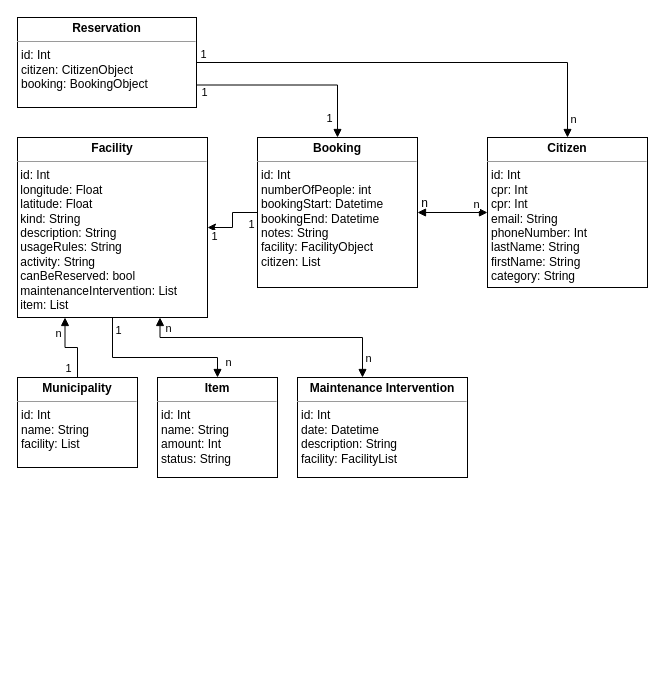
MartinStokholm/DABExercises keeps this draw.io diagram as Handin3/schema.drawio. Above is the earlier version. Source tidied: cells renumbered, new cells numbered last; positions are measured from the earlier drawing's top-left corner, leaving out a move shared by most shapes. Both pictures are drawn from the tidied source at 100%, with x=0, y=0 at pixel (17, 17).
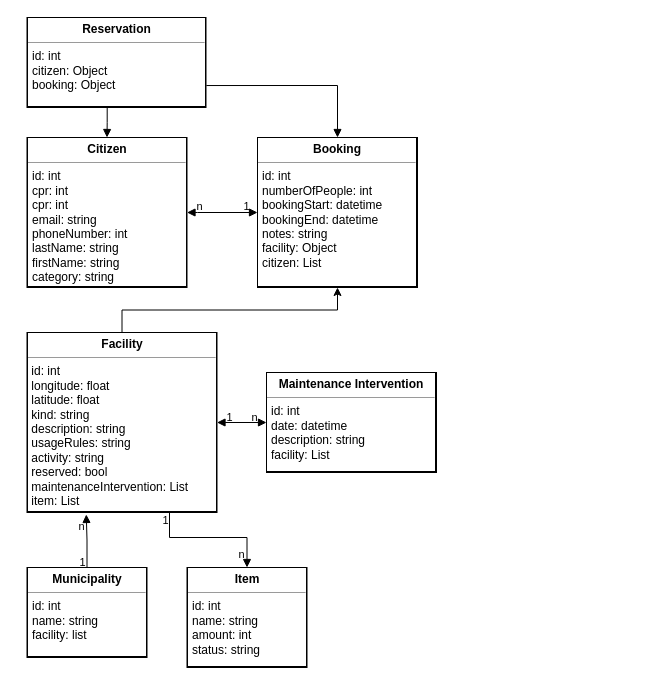
After the change.

Change to the diagram source:
```diff
@@
-<mxGraphModel>
+<mxGraphModel background="#ffffff">
@@
-    <mxCell id="2" value="&lt;p style=&quot;margin: 0px ; margin-top: 4px ; text-align: center&quot;&gt;&lt;b&gt;Citizen&lt;/b&gt;&lt;/p&gt;&lt;hr size=&quot;1&quot;&gt;&lt;p style=&quot;margin: 0px ; margin-left: 4px&quot;&gt;id: Int&lt;/p&gt;&lt;p style=&quot;margin: 0px ; margin-left: 4px&quot;&gt;cpr: Int&lt;/p&gt;&lt;p style=&quot;margin: 0px ; margin-left: 4px&quot;&gt;cpr: Int&lt;/p&gt;&lt;p style=&quot;margin: 0px ; margin-left: 4px&quot;&gt;email: String&lt;/p&gt;&lt;p style=&quot;margin: 0px ; margin-left: 4px&quot;&gt;phoneNumber: Int&lt;/p&gt;&lt;p style=&quot;margin: 0px ; margin-left: 4px&quot;&gt;lastName: String&lt;/p&gt;&lt;p style=&quot;margin: 0px ; margin-left: 4px&quot;&gt;firstName: String&lt;/p&gt;&lt;p style=&quot;margin: 0px ; margin-left: 4px&quot;&gt;category: String&lt;/p&gt;&lt;p style=&quot;margin: 0px ; margin-left: 4px&quot;&gt;&lt;br&gt;&lt;/p&gt;" style="verticalAlign=top;align=left;overflow=fill;fontSize=12;fontFamily=Helvetica;html=1;" parent="1" vertex="1">
-      <mxGeometry x="470" y="120" width="160" height="150" as="geometry" />
+    <mxCell id="2" value="&lt;p style=&quot;margin: 0px ; margin-top: 4px ; text-align: center&quot;&gt;&lt;b&gt;Citizen&lt;/b&gt;&lt;/p&gt;&lt;hr size=&quot;1&quot;&gt;&lt;p style=&quot;margin: 0px ; margin-left: 4px&quot;&gt;id: int&lt;/p&gt;&lt;p style=&quot;margin: 0px ; margin-left: 4px&quot;&gt;cpr: int&lt;/p&gt;&lt;p style=&quot;margin: 0px ; margin-left: 4px&quot;&gt;cpr: int&lt;/p&gt;&lt;p style=&quot;margin: 0px ; margin-left: 4px&quot;&gt;email: string&lt;/p&gt;&lt;p style=&quot;margin: 0px ; margin-left: 4px&quot;&gt;phoneNumber: int&lt;/p&gt;&lt;p style=&quot;margin: 0px ; margin-left: 4px&quot;&gt;lastName: string&lt;/p&gt;&lt;p style=&quot;margin: 0px ; margin-left: 4px&quot;&gt;firstName: string&lt;/p&gt;&lt;p style=&quot;margin: 0px ; margin-left: 4px&quot;&gt;category: string&lt;/p&gt;&lt;p style=&quot;margin: 0px ; margin-left: 4px&quot;&gt;&lt;br&gt;&lt;/p&gt;" style="verticalAlign=top;align=left;overflow=fill;fontSize=12;fontFamily=Helvetica;html=1;labelBorderColor=#000000;" parent="1" vertex="1">
+      <mxGeometry x="9.5" y="120" width="160" height="150" as="geometry" />
     </mxCell>
-    <mxCell id="3" style="edgeStyle=orthogonalEdgeStyle;rounded=0;html=1;exitX=1;exitY=0.5;exitDx=0;exitDy=0;entryX=0;entryY=0.5;entryDx=0;entryDy=0;startArrow=block;startFill=1;endArrow=block;endFill=1;" parent="1" edge="1" source="5" target="2">
-      <mxGeometry relative="1" as="geometry" />
+    <mxCell id="3" style="edgeStyle=orthogonalEdgeStyle;rounded=0;html=1;exitX=0;exitY=0.5;exitDx=0;exitDy=0;startArrow=block;startFill=1;endArrow=block;endFill=1;entryX=1;entryY=0.5;entryDx=0;entryDy=0;strokeColor=#000000;labelBorderColor=default;" parent="1" edge="1" source="5" target="2">
+      <mxGeometry relative="1" as="geometry">
+        <Array as="points">
+          <mxPoint x="180" y="195" />
+          <mxPoint x="180" y="195" />
+        </Array>
+      </mxGeometry>
     </mxCell>
-    <mxCell id="4" value="n" style="edgeLabel;html=1;align=center;verticalAlign=middle;" parent="3" vertex="1">
+    <mxCell id="4" value="n" style="edgeLabel;html=1;align=center;verticalAlign=middle;labelBackgroundColor=none;fontColor=#000000;labelBorderColor=none;" parent="3" vertex="1">
       <mxGeometry x="0.59" y="2" relative="1" as="geometry">
-        <mxPoint x="2" y="-7" as="offset" />
+        <mxPoint x="-3" y="-9" as="offset" />
       </mxGeometry>
     </mxCell>
+    <mxCell id="30" value="1" style="edgeLabel;html=1;align=center;verticalAlign=middle;labelBackgroundColor=none;fontColor=#000000;labelBorderColor=none;" parent="3" vertex="1">
+      <mxGeometry x="-0.62" y="-2" relative="1" as="geometry">
+        <mxPoint x="1" y="-5" as="offset" />
+      </mxGeometry>
+    </mxCell>
-    <mxCell id="5" value="&lt;p style=&quot;margin: 0px ; margin-top: 4px ; text-align: center&quot;&gt;&lt;b&gt;Booking&lt;/b&gt;&lt;/p&gt;&lt;hr size=&quot;1&quot;&gt;&lt;p style=&quot;margin: 0px ; margin-left: 4px&quot;&gt;id: Int&lt;/p&gt;&lt;p style=&quot;margin: 0px ; margin-left: 4px&quot;&gt;numberOfPeople: int&lt;/p&gt;&lt;p style=&quot;margin: 0px ; margin-left: 4px&quot;&gt;bookingStart: Datetime&lt;/p&gt;&lt;p style=&quot;margin: 0px ; margin-left: 4px&quot;&gt;bookingEnd: Datetime&lt;/p&gt;&lt;p style=&quot;margin: 0px ; margin-left: 4px&quot;&gt;notes: String&lt;/p&gt;&lt;p style=&quot;margin: 0px ; margin-left: 4px&quot;&gt;facility: FacilityObject&lt;/p&gt;&lt;p style=&quot;margin: 0px ; margin-left: 4px&quot;&gt;citizen: List&lt;/p&gt;&lt;p style=&quot;margin: 0px ; margin-left: 4px&quot;&gt;&lt;br&gt;&lt;/p&gt;&lt;p style=&quot;margin: 0px ; margin-left: 4px&quot;&gt;&lt;br&gt;&lt;/p&gt;" style="verticalAlign=top;align=left;overflow=fill;fontSize=12;fontFamily=Helvetica;html=1;" parent="1" vertex="1">
+    <mxCell id="5" value="&lt;p style=&quot;margin: 0px ; margin-top: 4px ; text-align: center&quot;&gt;&lt;b&gt;Booking&lt;/b&gt;&lt;/p&gt;&lt;hr size=&quot;1&quot;&gt;&lt;p style=&quot;margin: 0px ; margin-left: 4px&quot;&gt;id: int&lt;/p&gt;&lt;p style=&quot;margin: 0px ; margin-left: 4px&quot;&gt;numberOfPeople: int&lt;/p&gt;&lt;p style=&quot;margin: 0px ; margin-left: 4px&quot;&gt;bookingStart: datetime&lt;/p&gt;&lt;p style=&quot;margin: 0px ; margin-left: 4px&quot;&gt;bookingEnd: datetime&lt;/p&gt;&lt;p style=&quot;margin: 0px ; margin-left: 4px&quot;&gt;notes: string&lt;/p&gt;&lt;p style=&quot;margin: 0px ; margin-left: 4px&quot;&gt;facility: Object&lt;/p&gt;&lt;p style=&quot;margin: 0px ; margin-left: 4px&quot;&gt;citizen: List&lt;/p&gt;&lt;p style=&quot;margin: 0px ; margin-left: 4px&quot;&gt;&lt;br&gt;&lt;/p&gt;&lt;p style=&quot;margin: 0px ; margin-left: 4px&quot;&gt;&lt;br&gt;&lt;/p&gt;" style="verticalAlign=top;align=left;overflow=fill;fontSize=12;fontFamily=Helvetica;html=1;labelBorderColor=#000000;" parent="1" vertex="1">
       <mxGeometry x="240" y="120" width="160" height="150" as="geometry" />
     </mxCell>
-    <mxCell id="6" style="edgeStyle=orthogonalEdgeStyle;rounded=0;html=1;startArrow=classic;startFill=1;endArrow=none;endFill=0;exitX=1;exitY=0.5;exitDx=0;exitDy=0;" parent="1" edge="1" source="12" target="5">
+    <mxCell id="6" style="edgeStyle=orthogonalEdgeStyle;rounded=0;html=1;startArrow=none;startFill=0;endArrow=classic;endFill=1;exitX=0.5;exitY=0;exitDx=0;exitDy=0;strokeColor=#000000;labelBorderColor=default;" parent="1" edge="1" source="12" target="5">
       <mxGeometry relative="1" as="geometry" />
     </mxCell>
-    <mxCell id="7" value="1" style="edgeLabel;html=1;align=center;verticalAlign=middle;" parent="6" vertex="1">
-      <mxGeometry x="0.85" relative="1" as="geometry">
-        <mxPoint x="-2" y="11" as="offset" />
-      </mxGeometry>
-    </mxCell>
-    <mxCell id="8" value="1" style="edgeLabel;html=1;align=center;verticalAlign=middle;" parent="6" vertex="1">
-      <mxGeometry x="-0.59" relative="1" as="geometry">
-        <mxPoint x="-7" y="8" as="offset" />
-      </mxGeometry>
-    </mxCell>
-    <mxCell id="9" style="edgeStyle=orthogonalEdgeStyle;rounded=0;html=1;exitX=0.5;exitY=1;exitDx=0;exitDy=0;startArrow=none;startFill=0;endArrow=block;endFill=1;entryX=0.5;entryY=0;entryDx=0;entryDy=0;" parent="1" edge="1" source="12" target="27">
+    <mxCell id="9" style="edgeStyle=orthogonalEdgeStyle;rounded=0;html=1;exitX=0.75;exitY=1;exitDx=0;exitDy=0;startArrow=none;startFill=0;endArrow=block;endFill=1;entryX=0.5;entryY=0;entryDx=0;entryDy=0;strokeColor=#000000;labelBorderColor=default;" parent="1" edge="1" source="12" target="27">
       <mxGeometry relative="1" as="geometry">
         <Array as="points">
-          <mxPoint x="95" y="340" />
-          <mxPoint x="200" y="340" />
+          <mxPoint x="152" y="520" />
+          <mxPoint x="230" y="520" />
         </Array>
       </mxGeometry>
     </mxCell>
-    <mxCell id="10" value="n" style="edgeLabel;html=1;align=center;verticalAlign=middle;" parent="9" vertex="1">
-      <mxGeometry x="0.8" y="-1" relative="1" as="geometry">
-        <mxPoint x="11" as="offset" />
-      </mxGeometry>
-    </mxCell>
-    <mxCell id="11" value="1" style="edgeLabel;html=1;align=center;verticalAlign=middle;" parent="9" vertex="1">
-      <mxGeometry x="-0.85" y="1" relative="1" as="geometry">
-        <mxPoint x="4" as="offset" />
-      </mxGeometry>
-    </mxCell>
+    <mxCell id="31" value="n" style="edgeLabel;html=1;align=center;verticalAlign=middle;labelBackgroundColor=none;fontColor=#000000;labelBorderColor=none;" parent="9" vertex="1">
+      <mxGeometry x="0.7" y="-1" relative="1" as="geometry">
+        <mxPoint x="-5" y="6" as="offset" />
+      </mxGeometry>
+    </mxCell>
+    <mxCell id="32" value="1" style="edgeLabel;html=1;align=center;verticalAlign=middle;fontColor=#000000;labelBackgroundColor=none;labelBorderColor=none;" parent="9" vertex="1">
+      <mxGeometry x="-0.88" y="-1" relative="1" as="geometry">
+        <mxPoint x="-4" y="-1" as="offset" />
+      </mxGeometry>
+    </mxCell>
-    <mxCell id="12" value="&lt;p style=&quot;margin: 0px ; margin-top: 4px ; text-align: center&quot;&gt;&lt;b&gt;Facility&lt;/b&gt;&lt;/p&gt;&lt;hr size=&quot;1&quot;&gt;&lt;p style=&quot;margin: 0px ; margin-left: 4px&quot;&gt;&lt;/p&gt;&amp;nbsp;id: Int&lt;br&gt;&amp;nbsp;longitude: Float&lt;br&gt;&amp;nbsp;latitude: Float&lt;br&gt;&amp;nbsp;kind: String&lt;br&gt;&amp;nbsp;description: String&lt;br&gt;&amp;nbsp;usageRules: String&lt;br&gt;&amp;nbsp;activity: String&lt;br&gt;&amp;nbsp;canBeReserved: bool&lt;br&gt;&amp;nbsp;maintenanceIntervention: List&lt;br&gt;&amp;nbsp;item: List" style="verticalAlign=top;align=left;overflow=fill;fontSize=12;fontFamily=Helvetica;html=1;" parent="1" vertex="1">
-      <mxGeometry y="120" width="190" height="180" as="geometry" />
+    <mxCell id="12" value="&lt;p style=&quot;margin: 0px ; margin-top: 4px ; text-align: center&quot;&gt;&lt;b&gt;Facility&lt;/b&gt;&lt;/p&gt;&lt;hr size=&quot;1&quot;&gt;&lt;p style=&quot;margin: 0px ; margin-left: 4px&quot;&gt;&lt;/p&gt;&amp;nbsp;id: int&lt;br&gt;&amp;nbsp;longitude: float&lt;br&gt;&amp;nbsp;latitude: float&lt;br&gt;&amp;nbsp;kind: string&lt;br&gt;&amp;nbsp;description: string&lt;br&gt;&amp;nbsp;usageRules: string&lt;br&gt;&amp;nbsp;activity: string&lt;br&gt;&amp;nbsp;reserved: bool&lt;br&gt;&amp;nbsp;maintenanceIntervention: List&lt;br&gt;&amp;nbsp;item: List" style="verticalAlign=top;align=left;overflow=fill;fontSize=12;fontFamily=Helvetica;html=1;labelBorderColor=#000000;" parent="1" vertex="1">
+      <mxGeometry x="9.5" y="315" width="190" height="180" as="geometry" />
     </mxCell>
-    <mxCell id="13" style="edgeStyle=orthogonalEdgeStyle;rounded=0;html=1;exitX=0.5;exitY=0;exitDx=0;exitDy=0;entryX=0.25;entryY=1;entryDx=0;entryDy=0;startArrow=none;startFill=0;endArrow=block;endFill=1;" parent="1" edge="1" source="16" target="12">
+    <mxCell id="13" style="edgeStyle=orthogonalEdgeStyle;rounded=0;html=1;exitX=0.5;exitY=0;exitDx=0;exitDy=0;entryX=0.312;entryY=1.011;entryDx=0;entryDy=0;startArrow=none;startFill=0;endArrow=block;endFill=1;entryPerimeter=0;strokeColor=#000000;labelBorderColor=default;" parent="1" edge="1" source="16" target="12">
       <mxGeometry relative="1" as="geometry" />
     </mxCell>
-    <mxCell id="14" value="1" style="edgeLabel;html=1;align=center;verticalAlign=middle;" parent="13" vertex="1">
-      <mxGeometry x="-0.54" relative="1" as="geometry">
-        <mxPoint x="-10" y="7" as="offset" />
-      </mxGeometry>
-    </mxCell>
-    <mxCell id="15" value="n" style="edgeLabel;html=1;align=center;verticalAlign=middle;" parent="13" vertex="1">
-      <mxGeometry x="0.58" y="1" relative="1" as="geometry">
-        <mxPoint x="-6" as="offset" />
-      </mxGeometry>
-    </mxCell>
+    <mxCell id="33" value="n" style="edgeLabel;html=1;align=center;verticalAlign=middle;labelBackgroundColor=none;fontColor=#000000;labelBorderColor=none;" parent="13" vertex="1">
+      <mxGeometry x="0.37" y="1" relative="1" as="geometry">
+        <mxPoint x="-4" y="-5" as="offset" />
+      </mxGeometry>
+    </mxCell>
+    <mxCell id="34" value="1" style="edgeLabel;html=1;align=center;verticalAlign=middle;labelBackgroundColor=none;fontColor=#000000;labelBorderColor=none;" parent="13" vertex="1">
+      <mxGeometry x="-0.63" y="2" relative="1" as="geometry">
+        <mxPoint x="-3" y="4" as="offset" />
+      </mxGeometry>
+    </mxCell>
-    <mxCell id="16" value="&lt;p style=&quot;margin: 0px ; margin-top: 4px ; text-align: center&quot;&gt;&lt;b&gt;Municipality&lt;/b&gt;&lt;/p&gt;&lt;hr size=&quot;1&quot;&gt;&lt;p style=&quot;margin: 0px ; margin-left: 4px&quot;&gt;id: Int&lt;/p&gt;&lt;p style=&quot;margin: 0px ; margin-left: 4px&quot;&gt;name: String&lt;/p&gt;&lt;p style=&quot;margin: 0px ; margin-left: 4px&quot;&gt;facility: List&lt;/p&gt;" style="verticalAlign=top;align=left;overflow=fill;fontSize=12;fontFamily=Helvetica;html=1;" parent="1" vertex="1">
-      <mxGeometry y="360" width="120" height="90" as="geometry" />
+    <mxCell id="16" value="&lt;p style=&quot;margin: 0px ; margin-top: 4px ; text-align: center&quot;&gt;&lt;b&gt;Municipality&lt;/b&gt;&lt;/p&gt;&lt;hr size=&quot;1&quot;&gt;&lt;p style=&quot;margin: 0px ; margin-left: 4px&quot;&gt;id: int&lt;/p&gt;&lt;p style=&quot;margin: 0px ; margin-left: 4px&quot;&gt;name: string&lt;/p&gt;&lt;p style=&quot;margin: 0px ; margin-left: 4px&quot;&gt;facility: list&lt;/p&gt;" style="verticalAlign=top;align=left;overflow=fill;fontSize=12;fontFamily=Helvetica;html=1;labelBorderColor=#000000;" parent="1" vertex="1">
+      <mxGeometry x="9.5" y="550" width="120" height="90" as="geometry" />
     </mxCell>
-    <mxCell id="17" style="edgeStyle=orthogonalEdgeStyle;rounded=0;html=1;endArrow=block;endFill=1;" parent="1" edge="1" source="22" target="2">
+    <mxCell id="17" style="edgeStyle=orthogonalEdgeStyle;rounded=0;html=1;endArrow=block;endFill=1;exitX=0.448;exitY=1.002;exitDx=0;exitDy=0;exitPerimeter=0;strokeColor=#000000;labelBorderColor=default;" parent="1" edge="1" source="22" target="2">
       <mxGeometry relative="1" as="geometry" />
     </mxCell>
-    <mxCell id="18" value="n" style="edgeLabel;html=1;align=center;verticalAlign=middle;" parent="17" vertex="1">
-      <mxGeometry x="0.9" y="1" relative="1" as="geometry">
-        <mxPoint x="4" y="3" as="offset" />
-      </mxGeometry>
-    </mxCell>
-    <mxCell id="19" style="edgeStyle=orthogonalEdgeStyle;rounded=0;html=1;exitX=1;exitY=0.75;exitDx=0;exitDy=0;entryX=0.5;entryY=0;entryDx=0;entryDy=0;startArrow=none;startFill=0;endArrow=block;endFill=1;" parent="1" edge="1" source="22" target="5">
+    <mxCell id="19" style="edgeStyle=orthogonalEdgeStyle;rounded=0;html=1;exitX=1.002;exitY=0.756;exitDx=0;exitDy=0;entryX=0.5;entryY=0;entryDx=0;entryDy=0;startArrow=none;startFill=0;endArrow=block;endFill=1;strokeColor=#000000;exitPerimeter=0;labelBorderColor=default;" parent="1" edge="1" source="22" target="5">
       <mxGeometry relative="1" as="geometry" />
     </mxCell>
-    <mxCell id="20" value="1" style="edgeLabel;html=1;align=center;verticalAlign=middle;" parent="19" vertex="1">
-      <mxGeometry x="-0.91" y="-1" relative="1" as="geometry">
-        <mxPoint x="-2" y="6" as="offset" />
-      </mxGeometry>
-    </mxCell>
-    <mxCell id="21" value="1" style="edgeLabel;html=1;align=center;verticalAlign=middle;" parent="19" vertex="1">
-      <mxGeometry x="0.76" y="1" relative="1" as="geometry">
-        <mxPoint x="-10" y="4" as="offset" />
-      </mxGeometry>
-    </mxCell>
-    <mxCell id="22" value="&lt;p style=&quot;margin: 0px ; margin-top: 4px ; text-align: center&quot;&gt;&lt;b&gt;Reservation&lt;/b&gt;&lt;/p&gt;&lt;hr size=&quot;1&quot;&gt;&lt;p style=&quot;margin: 0px ; margin-left: 4px&quot;&gt;id: Int&amp;nbsp;&lt;/p&gt;&lt;p style=&quot;margin: 0px ; margin-left: 4px&quot;&gt;citizen: CitizenObject&lt;/p&gt;&lt;p style=&quot;margin: 0px ; margin-left: 4px&quot;&gt;booking: BookingObject&lt;/p&gt;" style="verticalAlign=top;align=left;overflow=fill;fontSize=12;fontFamily=Helvetica;html=1;" parent="1" vertex="1">
-      <mxGeometry width="179" height="90" as="geometry" />
+    <mxCell id="22" value="&lt;p style=&quot;margin: 0px ; margin-top: 4px ; text-align: center&quot;&gt;&lt;b&gt;Reservation&lt;/b&gt;&lt;/p&gt;&lt;hr size=&quot;1&quot;&gt;&lt;p style=&quot;margin: 0px ; margin-left: 4px&quot;&gt;id: int&amp;nbsp;&lt;/p&gt;&lt;p style=&quot;margin: 0px ; margin-left: 4px&quot;&gt;citizen: Object&lt;/p&gt;&lt;p style=&quot;margin: 0px ; margin-left: 4px&quot;&gt;booking: Object&lt;/p&gt;" style="verticalAlign=top;align=left;overflow=fill;fontSize=12;fontFamily=Helvetica;html=1;labelBorderColor=#000000;" parent="1" vertex="1">
+      <mxGeometry x="9.5" width="179" height="90" as="geometry" />
     </mxCell>
-    <mxCell id="23" style="edgeStyle=orthogonalEdgeStyle;rounded=0;html=1;startArrow=block;startFill=1;endArrow=block;endFill=1;entryX=0.75;entryY=1;entryDx=0;entryDy=0;" parent="1" edge="1" source="26" target="12">
-      <mxGeometry relative="1" as="geometry">
-        <Array as="points">
-          <mxPoint x="345" y="320" />
-          <mxPoint x="142" y="320" />
-        </Array>
-      </mxGeometry>
+    <mxCell id="23" style="edgeStyle=orthogonalEdgeStyle;rounded=0;html=1;startArrow=block;startFill=1;endArrow=block;endFill=1;entryX=1;entryY=0.5;entryDx=0;entryDy=0;exitX=0;exitY=0.5;exitDx=0;exitDy=0;strokeColor=#000000;labelBackgroundColor=none;fontColor=#FFFFFF;labelBorderColor=default;" parent="1" edge="1" source="26" target="12">
+      <mxGeometry relative="1" as="geometry" />
     </mxCell>
-    <mxCell id="24" value="n" style="edgeLabel;html=1;align=center;verticalAlign=middle;" parent="23" vertex="1">
-      <mxGeometry x="0.24" y="-1" relative="1" as="geometry">
-        <mxPoint x="-72" y="-9" as="offset" />
-      </mxGeometry>
-    </mxCell>
-    <mxCell id="25" value="n" style="edgeLabel;html=1;align=center;verticalAlign=middle;" parent="23" vertex="1">
-      <mxGeometry x="-0.63" y="2" relative="1" as="geometry">
-        <mxPoint x="14" y="18" as="offset" />
-      </mxGeometry>
-    </mxCell>
+    <mxCell id="35" value="n" style="edgeLabel;html=1;align=center;verticalAlign=middle;labelBackgroundColor=none;fontColor=#000000;labelBorderColor=none;" parent="23" vertex="1">
+      <mxGeometry x="-0.6" relative="1" as="geometry">
+        <mxPoint x="-3" y="-6" as="offset" />
+      </mxGeometry>
+    </mxCell>
+    <mxCell id="36" value="1" style="edgeLabel;html=1;align=center;verticalAlign=middle;fontColor=#000000;labelBackgroundColor=none;labelBorderColor=none;" parent="23" vertex="1">
+      <mxGeometry x="0.65" y="2" relative="1" as="geometry">
+        <mxPoint x="3" y="-8" as="offset" />
+      </mxGeometry>
+    </mxCell>
-    <mxCell id="26" value="&lt;p style=&quot;margin: 0px ; margin-top: 4px ; text-align: center&quot;&gt;&lt;b&gt;Maintenance Intervention&lt;/b&gt;&lt;/p&gt;&lt;hr size=&quot;1&quot;&gt;&lt;p style=&quot;margin: 0px ; margin-left: 4px&quot;&gt;id: Int&lt;/p&gt;&lt;p style=&quot;margin: 0px ; margin-left: 4px&quot;&gt;date: Datetime&lt;/p&gt;&lt;p style=&quot;margin: 0px ; margin-left: 4px&quot;&gt;description: String&lt;/p&gt;&lt;p style=&quot;margin: 0px ; margin-left: 4px&quot;&gt;facility: FacilityList&lt;/p&gt;&amp;nbsp;" style="verticalAlign=top;align=left;overflow=fill;fontSize=12;fontFamily=Helvetica;html=1;" parent="1" vertex="1">
-      <mxGeometry x="280" y="360" width="170" height="100" as="geometry" />
+    <mxCell id="26" value="&lt;p style=&quot;margin: 0px ; margin-top: 4px ; text-align: center&quot;&gt;&lt;b&gt;Maintenance Intervention&lt;/b&gt;&lt;/p&gt;&lt;hr size=&quot;1&quot;&gt;&lt;p style=&quot;margin: 0px ; margin-left: 4px&quot;&gt;id: int&lt;/p&gt;&lt;p style=&quot;margin: 0px ; margin-left: 4px&quot;&gt;date: datetime&lt;/p&gt;&lt;p style=&quot;margin: 0px ; margin-left: 4px&quot;&gt;description: string&lt;/p&gt;&lt;p style=&quot;margin: 0px ; margin-left: 4px&quot;&gt;facility: List&lt;/p&gt;&amp;nbsp;" style="verticalAlign=top;align=left;overflow=fill;fontSize=12;fontFamily=Helvetica;html=1;labelBorderColor=#000000;" parent="1" vertex="1">
+      <mxGeometry x="249" y="355" width="170" height="100" as="geometry" />
     </mxCell>
-    <mxCell id="27" value="&lt;p style=&quot;margin: 0px ; margin-top: 4px ; text-align: center&quot;&gt;&lt;b&gt;Item&lt;/b&gt;&lt;/p&gt;&lt;hr size=&quot;1&quot;&gt;&lt;p style=&quot;margin: 0px 0px 0px 4px&quot;&gt;id: Int&lt;/p&gt;&lt;p style=&quot;margin: 0px 0px 0px 4px&quot;&gt;name: String&lt;/p&gt;&lt;p style=&quot;margin: 0px 0px 0px 4px&quot;&gt;amount: Int&lt;/p&gt;&lt;p style=&quot;margin: 0px ; margin-left: 4px&quot;&gt;&lt;span&gt;status: String&lt;/span&gt;&lt;br&gt;&lt;/p&gt;" style="verticalAlign=top;align=left;overflow=fill;fontSize=12;fontFamily=Helvetica;html=1;" parent="1" vertex="1">
-      <mxGeometry x="140" y="360" width="120" height="100" as="geometry" />
+    <mxCell id="27" value="&lt;p style=&quot;margin: 0px ; margin-top: 4px ; text-align: center&quot;&gt;&lt;b&gt;Item&lt;/b&gt;&lt;/p&gt;&lt;hr size=&quot;1&quot;&gt;&lt;p style=&quot;margin: 0px 0px 0px 4px&quot;&gt;id: int&lt;/p&gt;&lt;p style=&quot;margin: 0px 0px 0px 4px&quot;&gt;name: string&lt;/p&gt;&lt;p style=&quot;margin: 0px 0px 0px 4px&quot;&gt;amount: int&lt;/p&gt;&lt;p style=&quot;margin: 0px ; margin-left: 4px&quot;&gt;&lt;span&gt;status: string&lt;/span&gt;&lt;br&gt;&lt;/p&gt;" style="verticalAlign=top;align=left;overflow=fill;fontSize=12;fontFamily=Helvetica;html=1;labelBorderColor=#000000;" parent="1" vertex="1">
+      <mxGeometry x="169.5" y="550" width="120" height="100" as="geometry" />
     </mxCell>
-    <mxCell id="28" value="n" style="text;html=1;align=center;verticalAlign=middle;strokeColor=none;fillColor=none;" parent="1" vertex="1">
-      <mxGeometry x="397" y="176" width="20" height="20" as="geometry" />
-    </mxCell>
-    <mxCell id="29" value="1" style="edgeLabel;html=1;align=center;verticalAlign=middle;" parent="1" vertex="1">
-      <mxGeometry x="185" y="36" as="geometry" />
-    </mxCell>
```
